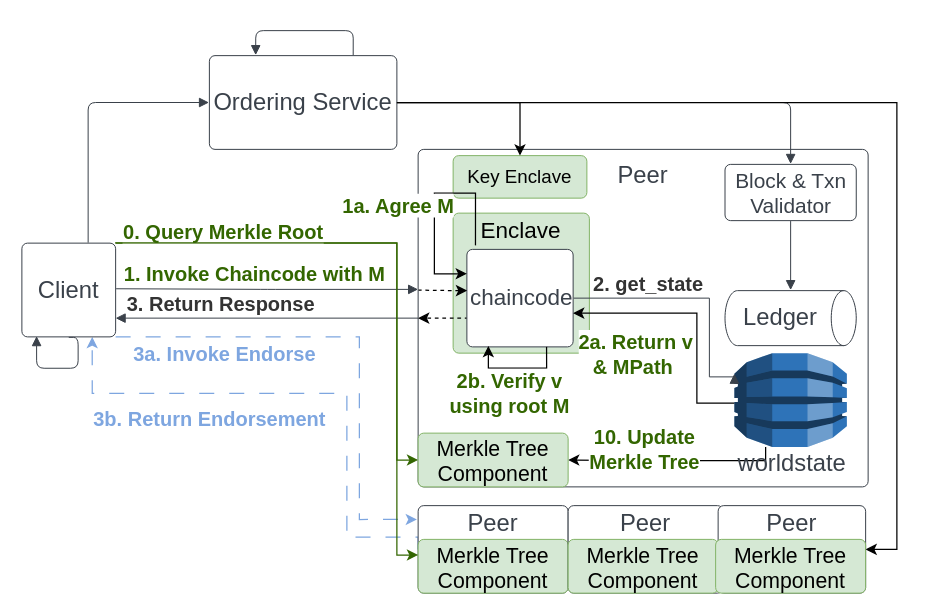
The draw.io diagram MerkleSolFlow.drawio in chenchanglew/systex2024, before the edit. Source tidied: cells renumbered, new cells numbered last; positions are measured from the earlier drawing's top-left corner, leaving out a move shared by most shapes. Both pictures are drawn from the tidied source at 125%, with x=0, y=0 at pixel (21, 30).
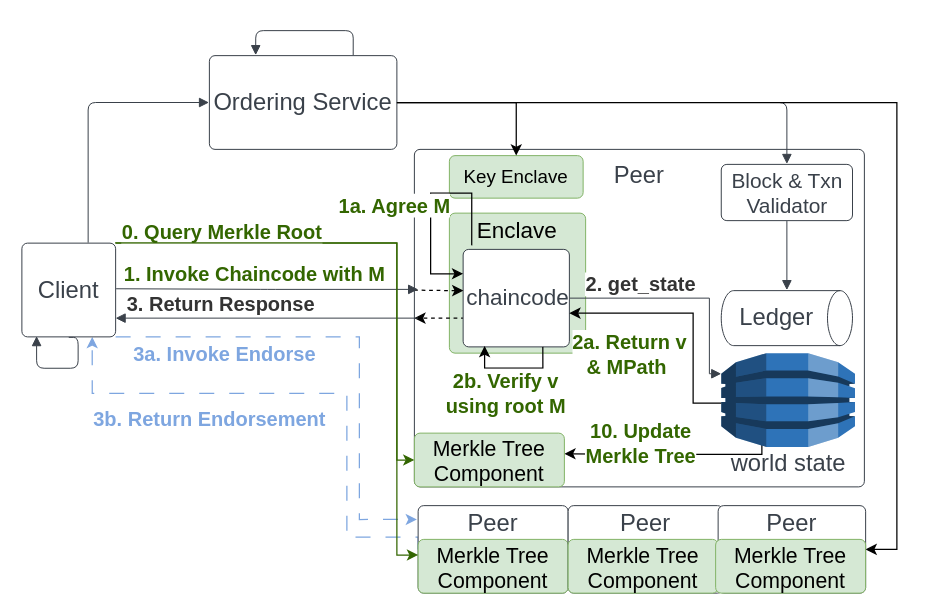
After the change.

Unchanged cells that the change refers to:
```xml
<mxCell id="13" value="&lt;font style=&quot;font-size: 18px;&quot;&gt;chaincode&lt;/font&gt;" style="html=1;overflow=block;blockSpacing=1;whiteSpace=wrap;fontSize=16.7;fontColor=#3a414a;spacing=3.8;strokeColor=#3a414a;strokeOpacity=100;rounded=1;absoluteArcSize=1;arcSize=9;strokeWidth=0.8;lucidId=gJdI5SxZYz~T;" parent="10" vertex="1">
  <mxGeometry x="39" y="80" width="85" height="78" as="geometry" />
</mxCell>
<mxCell id="23" value="&lt;font style=&quot;font-size: 17px;&quot;&gt;Merkle Tree Component&lt;/font&gt;" style="html=1;overflow=block;blockSpacing=1;whiteSpace=wrap;fontSize=16.7;spacing=3.8;strokeColor=#82b366;strokeOpacity=100;rounded=1;absoluteArcSize=1;arcSize=9;strokeWidth=0.8;lucidId=gJdI5SxZYz~T;fillColor=#d5e8d4;" parent="10" vertex="1">
  <mxGeometry y="227" width="120" height="43" as="geometry" />
</mxCell>
```

Diff of the diagram source:
```diff
@@
     <mxCell id="10" value="&lt;font style=&quot;font-size: 19px;&quot;&gt;Peer&lt;br&gt;&lt;br&gt;&lt;br&gt;&lt;br&gt;&lt;br&gt;&lt;br&gt;&lt;br&gt;&lt;br&gt;&lt;br&gt;&lt;br&gt;&lt;br&gt;&lt;/font&gt;" style="html=1;overflow=block;blockSpacing=1;whiteSpace=wrap;fontSize=16.7;fontColor=#3a414a;spacing=3.8;strokeColor=#3a414a;strokeOpacity=100;rounded=1;absoluteArcSize=1;arcSize=9;strokeWidth=0.8;lucidId=gJdIC6EkD9Za;" parent="1" vertex="1">
-      <mxGeometry x="317" y="95" width="360" height="270" as="geometry" />
+      <mxGeometry x="314" y="95" width="360" height="270" as="geometry" />
     </mxCell>
@@
-    <mxCell id="14" style="edgeStyle=orthogonalEdgeStyle;rounded=0;jettySize=auto;html=1;entryX=1;entryY=0.5;entryDx=0;entryDy=0;" parent="10" edge="1" source="16" target="23">
+    <mxCell id="14" style="edgeStyle=orthogonalEdgeStyle;rounded=0;orthogonalLoop=1;jettySize=auto;html=1;entryX=1;entryY=0.5;entryDx=0;entryDy=0;" parent="10" edge="1">
       <mxGeometry relative="1" as="geometry">
+        <mxPoint x="278" y="233" as="sourcePoint" />
+        <mxPoint x="120" y="243.5" as="targetPoint" />
         <Array as="points">
-          <mxPoint x="278" y="249" />
-          <mxPoint x="177" y="249" />
+          <mxPoint x="278" y="244" />
+          <mxPoint x="177" y="244" />
         </Array>
       </mxGeometry>
     </mxCell>
@@
-    <mxCell id="16" value="&lt;font style=&quot;font-size: 19px;&quot;&gt;worldstate&lt;/font&gt;" style="html=1;overflow=block;blockSpacing=1;whiteSpace=wrap;shape=mxgraph.aws3.dynamo_db;labelPosition=center;verticalLabelPosition=bottom;align=center;verticalAlign=top;fontSize=16.7;fontColor=#3a414a;spacing=3.8;strokeColor=#3a414a;strokeOpacity=100;rounded=1;absoluteArcSize=1;arcSize=9;fillColor=#2e73b8;strokeWidth=0.8;lucidId=gJdIeH.mhM4w;" parent="10" vertex="1">
-      <mxGeometry x="253" y="163" width="90" height="75" as="geometry" />
+    <mxCell id="16" value="&lt;font style=&quot;font-size: 19px;&quot;&gt;world state&lt;/font&gt;" style="html=1;overflow=block;blockSpacing=1;whiteSpace=wrap;shape=mxgraph.aws3.dynamo_db;labelPosition=center;verticalLabelPosition=bottom;align=center;verticalAlign=top;fontSize=16.7;fontColor=#3a414a;spacing=3.8;strokeColor=#3a414a;strokeOpacity=100;rounded=1;absoluteArcSize=1;arcSize=9;fillColor=#2e73b8;strokeWidth=0.8;lucidId=gJdIeH.mhM4w;" parent="10" vertex="1">
+      <mxGeometry x="245.5" y="163" width="107" height="75" as="geometry" />
     </mxCell>
@@
-    <mxCell id="19" style="html=1;jettySize=18;whiteSpace=wrap;fontSize=13;strokeColor=#3a414a;strokeOpacity=100;strokeWidth=0.8;rounded=0;arcSize=12;edgeStyle=orthogonalEdgeStyle;startArrow=none;endArrow=block;endFill=1;exitX=1.005;exitY=0.5;exitPerimeter=0;entryX=0;entryY=0.22;entryPerimeter=0;lucidId=gJdI9AyTRsS.;entryDx=0;entryDy=0;curved=0;" parent="10" edge="1" source="13" target="16">
+    <mxCell id="19" style="html=1;jettySize=18;whiteSpace=wrap;fontSize=13;strokeColor=#3a414a;strokeOpacity=100;strokeWidth=0.8;rounded=0;arcSize=12;edgeStyle=orthogonalEdgeStyle;startArrow=none;endArrow=block;endFill=1;exitX=1.005;exitY=0.5;exitPerimeter=0;lucidId=gJdI9AyTRsS.;curved=0;entryX=0;entryY=0.22;entryDx=0;entryDy=0;entryPerimeter=0;" parent="10" edge="1" source="13" target="16">
       <mxGeometry relative="1" as="geometry">
         <Array as="points">
-          <mxPoint x="233" y="119" />
-          <mxPoint x="233" y="182" />
-          <mxPoint x="253" y="182" />
+          <mxPoint x="236" y="119" />
+          <mxPoint x="236" y="179" />
         </Array>
       </mxGeometry>
     </mxCell>
```
